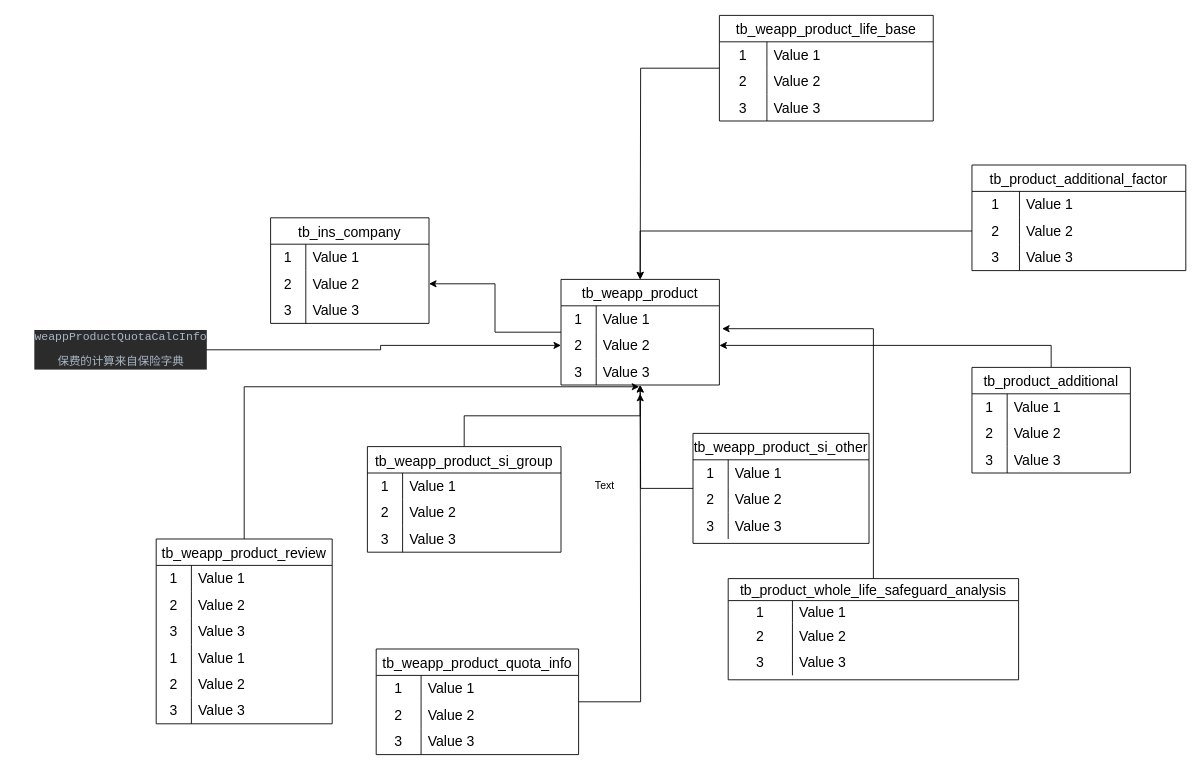
chris950424/work-add keeps this draw.io diagram as 未命名绘图.drawio. Above is the earlier version. Source tidied: cells renumbered, new cells numbered last; positions are measured from the earlier drawing's top-left corner, leaving out a move shared by most shapes. Both pictures are drawn from the tidied source at 88%, with x=0, y=0 at pixel (41, 15).
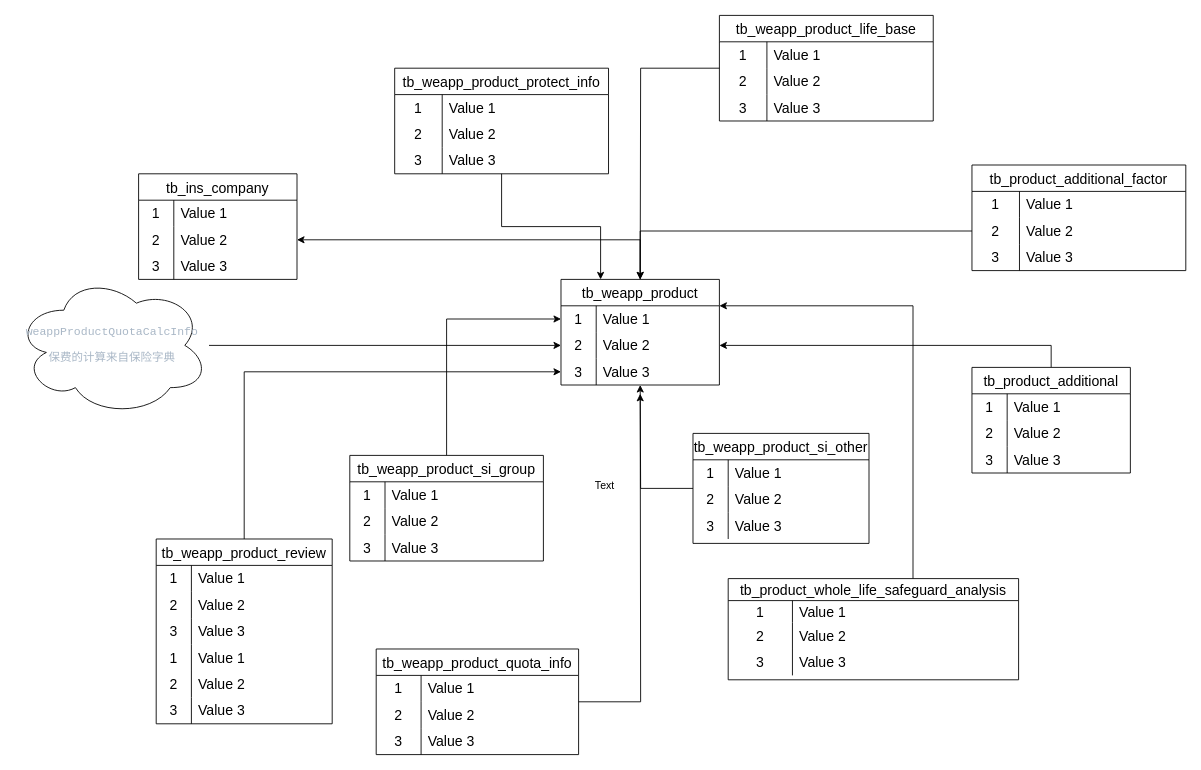
The same page after the edit.

Commit message (it also covers changes not shown here):
更新未命名绘图.drawio

Unchanged cells that the change refers to:
```xml
<mxCell id="3" value="tb_weapp_product" style="shape=table;startSize=30;childLayout=tableLayout;rowLines=0;fontStyle=0;strokeColor=default;fontSize=16;" parent="1" vertex="1">
  <mxGeometry x="590" y="300" width="180" height="120" as="geometry" />
</mxCell>
<mxCell id="4" style="shape=tableRow;horizontal=0;startSize=0;swimlaneHead=0;swimlaneBody=0;top=0;left=0;bottom=0;right=0;fillColor=none;points=[[0,0.5],[1,0.5]];portConstraint=eastwest;strokeColor=inherit;fontSize=16;" parent="3" vertex="1">
  <mxGeometry y="30" width="180" height="30" as="geometry" />
</mxCell>
<mxCell id="7" style="shape=tableRow;horizontal=0;startSize=0;swimlaneHead=0;swimlaneBody=0;top=0;left=0;bottom=0;right=0;fillColor=none;points=[[0,0.5],[1,0.5]];portConstraint=eastwest;strokeColor=inherit;fontSize=16;" parent="3" vertex="1">
  <mxGeometry y="60" width="180" height="30" as="geometry" />
</mxCell>
<mxCell id="10" style="shape=tableRow;horizontal=0;startSize=0;swimlaneHead=0;swimlaneBody=0;top=0;left=0;bottom=0;right=0;fillColor=none;points=[[0,0.5],[1,0.5]];portConstraint=eastwest;strokeColor=inherit;fontSize=16;" parent="3" vertex="1">
  <mxGeometry y="90" width="180" height="30" as="geometry" />
</mxCell>
<mxCell id="45" value="tb_weapp_product_review" style="shape=table;startSize=30;childLayout=tableLayout;rowLines=0;fontStyle=0;strokeColor=default;fontSize=16;" parent="1" vertex="1">
  <mxGeometry x="130" y="595" width="200" height="210" as="geometry" />
</mxCell>
<mxCell id="90" value="tb_product_whole_life_safeguard_analysis" style="shape=table;startSize=25;childLayout=tableLayout;rowLines=0;fontStyle=0;strokeColor=default;fontSize=16;" parent="1" vertex="1">
  <mxGeometry x="780" y="640" width="330" height="115" as="geometry" />
</mxCell>
```

Change to the diagram source:
```diff
@@
     <mxCell id="24" value="tb_ins_company" style="shape=table;startSize=30;childLayout=tableLayout;rowLines=0;fontStyle=0;strokeColor=default;fontSize=16;" parent="1" vertex="1">
-      <mxGeometry x="260" y="230" width="180" height="120" as="geometry" />
+      <mxGeometry x="110" y="180" width="180" height="120" as="geometry" />
     </mxCell>
@@
+    <mxCell id="76" style="edgeStyle=orthogonalEdgeStyle;rounded=0;jettySize=auto;html=1;entryX=0;entryY=0.5;entryDx=0;entryDy=0;" parent="1" edge="1" source="45" target="10">
+      <mxGeometry relative="1" as="geometry" />
+    </mxCell>
@@
-    <mxCell id="75" style="edgeStyle=orthogonalEdgeStyle;rounded=0;jettySize=auto;html=1;entryX=0.5;entryY=1;entryDx=0;entryDy=0;entryPerimeter=0;" parent="1" edge="1" source="77" target="10">
-      <mxGeometry relative="1" as="geometry">
-        <Array as="points">
-          <mxPoint x="480" y="455" />
-          <mxPoint x="680" y="455" />
-        </Array>
-      </mxGeometry>
-    </mxCell>
-    <mxCell id="76" style="edgeStyle=orthogonalEdgeStyle;rounded=0;jettySize=auto;html=1;entryX=0.494;entryY=1.067;entryDx=0;entryDy=0;entryPerimeter=0;" parent="1" edge="1" source="45" target="10">
-      <mxGeometry relative="1" as="geometry" />
-    </mxCell>
+    <mxCell id="124" style="edgeStyle=orthogonalEdgeStyle;rounded=0;jettySize=auto;html=1;" parent="1" edge="1" source="77" target="4">
+      <mxGeometry relative="1" as="geometry" />
+    </mxCell>
     <mxCell id="77" value="tb_weapp_product_si_group" style="shape=table;startSize=30;childLayout=tableLayout;rowLines=0;fontStyle=0;strokeColor=default;fontSize=16;" parent="1" vertex="1">
-      <mxGeometry x="370" y="490" width="220" height="120" as="geometry" />
+      <mxGeometry x="350" y="500" width="220" height="120" as="geometry" />
     </mxCell>
@@
-    <mxCell id="88" style="edgeStyle=orthogonalEdgeStyle;rounded=0;jettySize=auto;html=1;entryX=0;entryY=0.5;entryDx=0;entryDy=0;" parent="1" edge="1" source="89" target="7">
-      <mxGeometry relative="1" as="geometry" />
-    </mxCell>
-    <mxCell id="89" value="&lt;pre style=&quot;border-color: var(--border-color); background-color: rgb(43, 43, 43); color: rgb(169, 183, 198); font-family: &amp;quot;JetBrains Mono&amp;quot;, monospace; font-size: 9.8pt;&quot;&gt;&lt;pre style=&quot;border-color: var(--border-color); font-family: &amp;quot;JetBrains Mono&amp;quot;, monospace; font-size: 9.8pt;&quot;&gt;&lt;pre style=&quot;border-color: var(--border-color); font-size: 9.8pt; font-family: &amp;quot;JetBrains Mono&amp;quot;, monospace;&quot;&gt;weappProductQuotaCalcInfo&lt;/pre&gt;&lt;pre style=&quot;border-color: var(--border-color); font-size: 9.8pt; font-family: &amp;quot;JetBrains Mono&amp;quot;, monospace;&quot;&gt;保费的计算来自保险字典&lt;/pre&gt;&lt;/pre&gt;&lt;/pre&gt;" style="text;html=1;strokeColor=none;fillColor=none;align=center;verticalAlign=middle;whiteSpace=wrap;rounded=0;" parent="1" vertex="1">
+    <mxCell id="89" value="&lt;pre style=&quot;border-color: var(--border-color); background-color: rgb(43, 43, 43); color: rgb(169, 183, 198); font-family: &amp;quot;JetBrains Mono&amp;quot;, monospace; font-size: 9.8pt;&quot;&gt;&lt;pre style=&quot;border-color: var(--border-color); font-family: &amp;quot;JetBrains Mono&amp;quot;, monospace; font-size: 9.8pt;&quot;&gt;&lt;pre style=&quot;border-color: var(--border-color); font-size: 9.8pt; font-family: &amp;quot;JetBrains Mono&amp;quot;, monospace;&quot;&gt;&lt;br&gt;&lt;/pre&gt;&lt;/pre&gt;&lt;/pre&gt;" style="text;html=1;strokeColor=none;fillColor=none;align=center;verticalAlign=middle;whiteSpace=wrap;rounded=0;" parent="1" vertex="1">
       <mxGeometry y="360" width="180" height="40" as="geometry" />
     </mxCell>
@@
-    <mxCell id="100" style="edgeStyle=orthogonalEdgeStyle;rounded=0;jettySize=auto;html=1;entryX=1.017;entryY=-0.133;entryDx=0;entryDy=0;entryPerimeter=0;" parent="1" edge="1" source="90" target="7">
-      <mxGeometry relative="1" as="geometry" />
+    <mxCell id="100" style="edgeStyle=orthogonalEdgeStyle;rounded=0;jettySize=auto;html=1;entryX=1;entryY=0.25;entryDx=0;entryDy=0;" parent="1" edge="1" source="90" target="3">
+      <mxGeometry relative="1" as="geometry">
+        <Array as="points">
+          <mxPoint x="990" y="330" />
+        </Array>
+      </mxGeometry>
     </mxCell>
@@
+    <mxCell id="125" style="edgeStyle=orthogonalEdgeStyle;rounded=0;jettySize=auto;html=1;entryX=0.25;entryY=0;entryDx=0;entryDy=0;" parent="1" edge="1" source="126" target="3">
+      <mxGeometry relative="1" as="geometry" />
+    </mxCell>
+    <mxCell id="126" value="tb_weapp_product_protect_info" style="shape=table;startSize=30;childLayout=tableLayout;rowLines=0;fontStyle=0;strokeColor=default;fontSize=16;" parent="1" vertex="1">
+      <mxGeometry x="401" y="60" width="243" height="120" as="geometry" />
+    </mxCell>
+    <mxCell id="127" style="shape=tableRow;horizontal=0;startSize=0;swimlaneHead=0;swimlaneBody=0;top=0;left=0;bottom=0;right=0;fillColor=none;strokeColor=inherit;fontSize=16;" parent="126" vertex="1">
+      <mxGeometry y="30" width="243" height="30" as="geometry" />
+    </mxCell>
+    <mxCell id="128" value="1" style="shape=partialRectangle;html=1;whiteSpace=wrap;fillColor=none;top=0;left=0;bottom=0;right=0;overflow=hidden;strokeColor=inherit;fontSize=16;" parent="127" vertex="1">
+      <mxGeometry width="54" height="30" as="geometry" />
+    </mxCell>
+    <mxCell id="129" value="Value 1" style="shape=partialRectangle;html=1;whiteSpace=wrap;fillColor=none;top=0;left=0;bottom=0;right=0;align=left;spacingLeft=6;overflow=hidden;strokeColor=inherit;fontSize=16;" parent="127" vertex="1">
+      <mxGeometry x="54" width="189" height="30" as="geometry" />
+    </mxCell>
+    <mxCell id="130" style="shape=tableRow;horizontal=0;startSize=0;swimlaneHead=0;swimlaneBody=0;top=0;left=0;bottom=0;right=0;fillColor=none;strokeColor=inherit;fontSize=16;" parent="126" vertex="1">
+      <mxGeometry y="60" width="243" height="30" as="geometry" />
+    </mxCell>
+    <mxCell id="131" value="2" style="shape=partialRectangle;html=1;whiteSpace=wrap;fillColor=none;top=0;left=0;bottom=0;right=0;overflow=hidden;strokeColor=inherit;fontSize=16;" parent="130" vertex="1">
+      <mxGeometry width="54" height="30" as="geometry" />
+    </mxCell>
+    <mxCell id="132" value="Value 2" style="shape=partialRectangle;html=1;whiteSpace=wrap;fillColor=none;top=0;left=0;bottom=0;right=0;align=left;spacingLeft=6;overflow=hidden;strokeColor=inherit;fontSize=16;" parent="130" vertex="1">
+      <mxGeometry x="54" width="189" height="30" as="geometry" />
+    </mxCell>
+    <mxCell id="133" style="shape=tableRow;horizontal=0;startSize=0;swimlaneHead=0;swimlaneBody=0;top=0;left=0;bottom=0;right=0;fillColor=none;strokeColor=inherit;fontSize=16;" parent="126" vertex="1">
+      <mxGeometry y="90" width="243" height="30" as="geometry" />
+    </mxCell>
+    <mxCell id="134" value="3" style="shape=partialRectangle;html=1;whiteSpace=wrap;fillColor=none;top=0;left=0;bottom=0;right=0;overflow=hidden;strokeColor=inherit;fontSize=16;" parent="133" vertex="1">
+      <mxGeometry width="54" height="30" as="geometry" />
+    </mxCell>
+    <mxCell id="135" value="Value 3" style="shape=partialRectangle;html=1;whiteSpace=wrap;fillColor=none;top=0;left=0;bottom=0;right=0;align=left;spacingLeft=6;overflow=hidden;strokeColor=inherit;fontSize=16;" parent="133" vertex="1">
+      <mxGeometry x="54" width="189" height="30" as="geometry" />
+    </mxCell>
+    <mxCell id="136" style="edgeStyle=orthogonalEdgeStyle;rounded=0;jettySize=auto;html=1;entryX=0;entryY=0.5;entryDx=0;entryDy=0;" parent="1" edge="1" source="137" target="7">
+      <mxGeometry relative="1" as="geometry" />
+    </mxCell>
+    <mxCell id="137" value="&lt;pre style=&quot;border-color: var(--border-color); color: rgb(169, 183, 198); font-size: 9.8pt; font-family: &amp;quot;JetBrains Mono&amp;quot;, monospace;&quot;&gt;&lt;pre style=&quot;border-color: var(--border-color); font-size: 9.8pt; font-family: &amp;quot;JetBrains Mono&amp;quot;, monospace;&quot;&gt;weappProductQuotaCalcInfo&lt;/pre&gt;&lt;pre style=&quot;border-color: var(--border-color); font-size: 9.8pt; font-family: &amp;quot;JetBrains Mono&amp;quot;, monospace;&quot;&gt;保费的计算来自保险字典&lt;/pre&gt;&lt;/pre&gt;" style="ellipse;shape=cloud;whiteSpace=wrap;html=1;" parent="1" vertex="1">
+      <mxGeometry x="-30" y="295" width="220" height="160" as="geometry" />
+    </mxCell>
```
